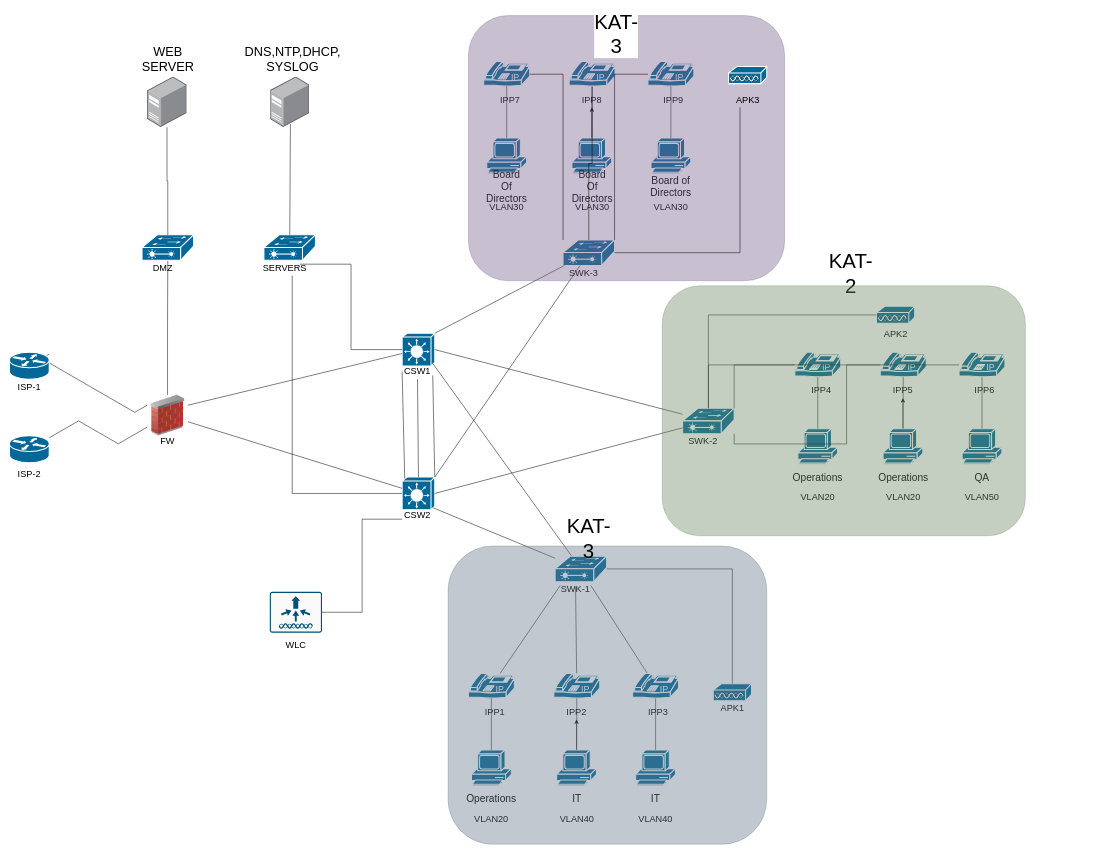
This is enterprise-network.drawio from sonerunal/Ag-tasarimlari, a draw.io file, before an edit. Source tidied: cells renumbered, new cells numbered last; positions are measured from the earlier drawing's top-left corner, leaving out a move shared by most shapes. Both pictures are drawn from the tidied source at 51%, with x=0, y=0 at pixel (9, 15).
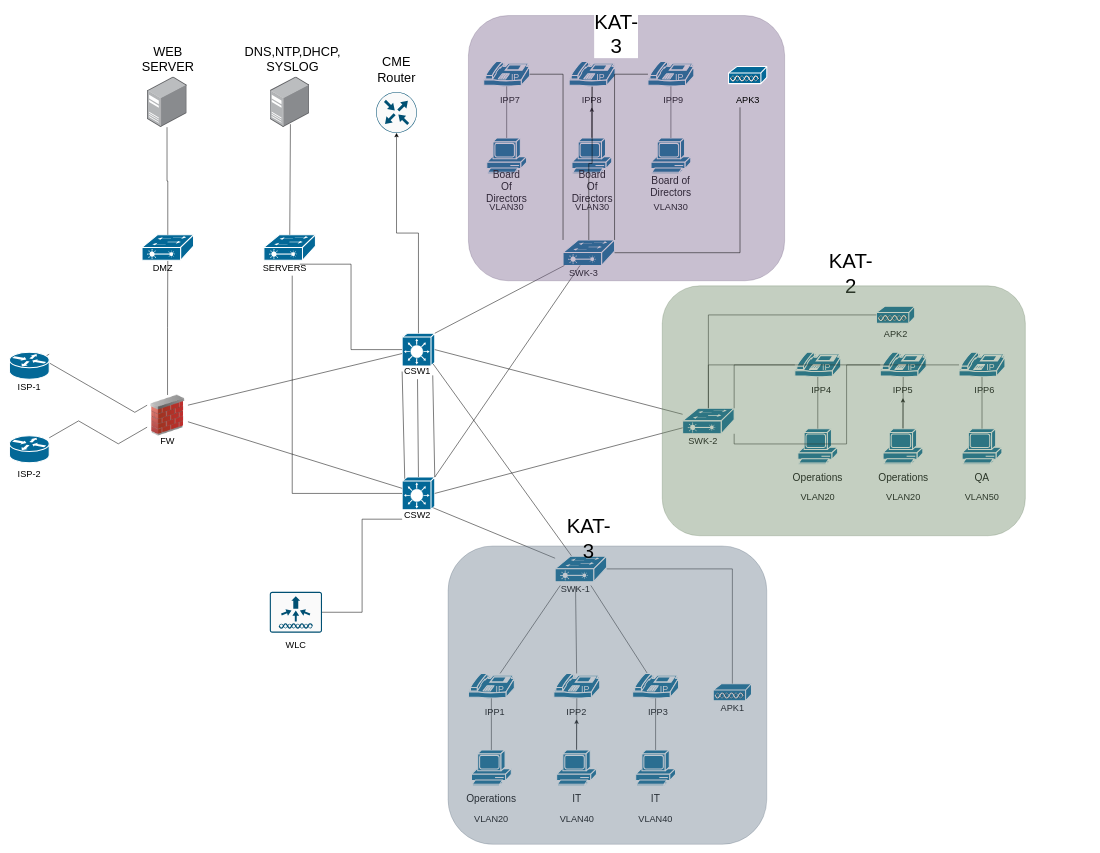
Above is the later version.

Unchanged cells that the change refers to:
```xml
<mxCell id="3" style="strokeColor=#ffffff;sketch=0;html=1;dashed=0;fillColor=#036897;strokeWidth=2;verticalLabelPosition=bottom;verticalAlign=top;align=center;outlineConnect=0;shape=mxgraph.cisco.switches.layer_3_switch;" parent="2" vertex="1">
  <mxGeometry width="64" height="64" as="geometry" />
</mxCell>
```

What changed in the source:
```diff
@@
+    <mxCell id="141" style="sketch=0;points=[[0.5,0,0],[1,0.5,0],[0.5,1,0],[0,0.5,0],[0.145,0.145,0],[0.8555,0.145,0],[0.855,0.8555,0],[0.145,0.855,0]];verticalLabelPosition=bottom;html=1;verticalAlign=top;align=center;shape=mxgraph.cisco19.rect;prIcon=router;fillColor=#FAFAFA;strokeColor=#005073;" parent="1" vertex="1">
+      <mxGeometry x="719" y="150" width="80" height="80" as="geometry" />
+    </mxCell>
+    <mxCell id="142" style="edgeStyle=orthogonalEdgeStyle;rounded=0;jettySize=auto;html=1;entryX=0.5;entryY=1;entryDx=0;entryDy=0;entryPerimeter=0;" parent="1" edge="1" source="3" target="141">
+      <mxGeometry relative="1" as="geometry" />
+    </mxCell>
+    <mxCell id="143" value="&lt;font style=&quot;font-size: 25px;&quot;&gt;CME Router&lt;/font&gt;" style="text;html=1;whiteSpace=wrap;strokeColor=none;fillColor=none;align=center;verticalAlign=middle;rounded=0;" parent="1" vertex="1">
+      <mxGeometry x="729" y="90" width="60" height="30" as="geometry" />
+    </mxCell>
```
